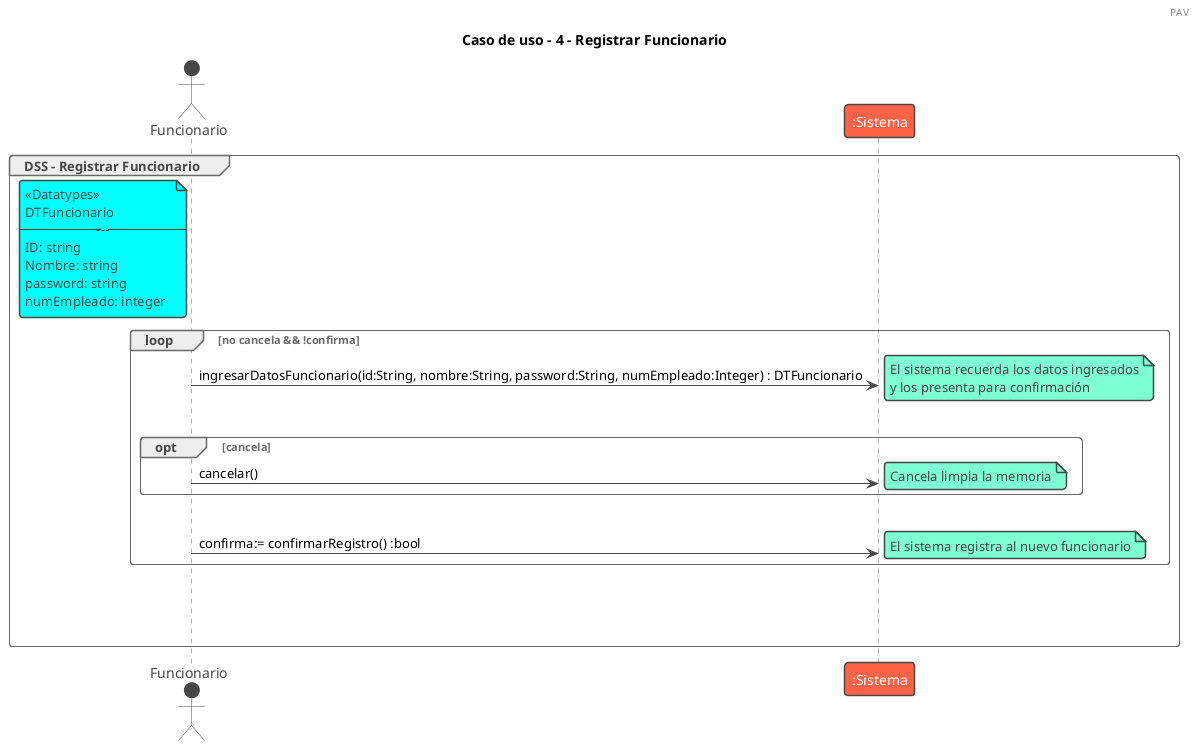
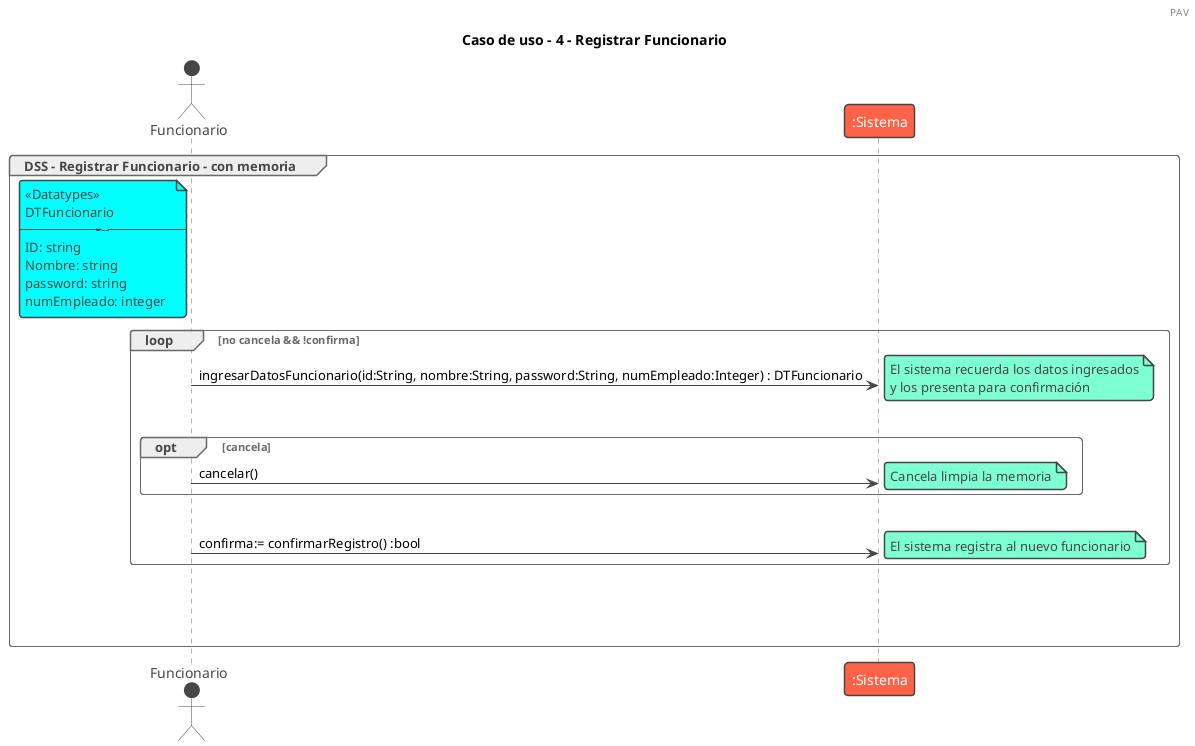
@startuml registrarFuncionario

/' El caso de uso comienza cuando un funcionario, que previamente ha iniciado
sesión, desea registrar un nuevo funcionario. El sistema solicita el identificador, el
nombre, la contraseña y el número de empleado del nuevo funcionario. Luego de
ingresar esta información, el sistema la presenta para confirmación. Si el
funcionario confirma, el sistema registra al nuevo funcionario '/


!theme vibrant
header PAV

title Caso de uso - 4 - Registrar Funcionario

- group DSS - Registrar Funcionario
+ group DSS - Registrar Funcionario - con memoria
Actor Funcionario

note left of Funcionario #aqua
<<Datatypes>>
DTFuncionario
-----------
ID: string
Nombre: string
password: string
numEmpleado: integer
end note

loop no cancela && !confirma

    Funcionario -> ":Sistema" : ingresarDatosFuncionario(id:String, nombre:String, password:String, numEmpleado:Integer) : DTFuncionario
    note right: El sistema recuerda los datos ingresados\ny los presenta para confirmación

    |||

    opt cancela
        Funcionario -> ":Sistema" : cancelar()
        note right: Cancela limpia la memoria
    end
    |||
    Funcionario -> ":Sistema" : confirma:= confirmarRegistro() :bool
note right: El sistema registra al nuevo funcionario

end

|||



|||
|||

end
@enduml